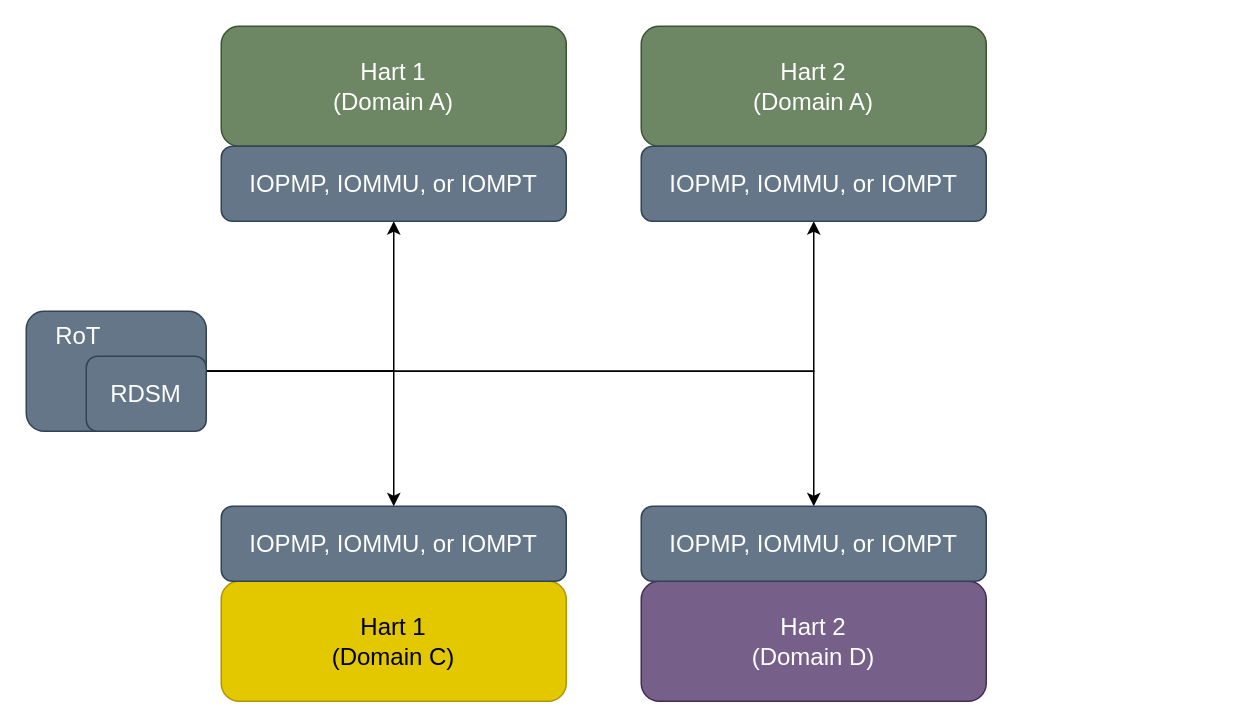
lfiolhais/riscv-security-model keeps this draw.io diagram as specification/images/img_ch4_DIsoSysLevel.drawio. Above is the earlier version. Source tidied: cells renumbered, new cells numbered last; positions are measured from the earlier drawing's top-left corner, leaving out a move shared by most shapes. Both pictures are drawn from the tidied source at 150%, with x=0, y=0 at pixel (26, 26).
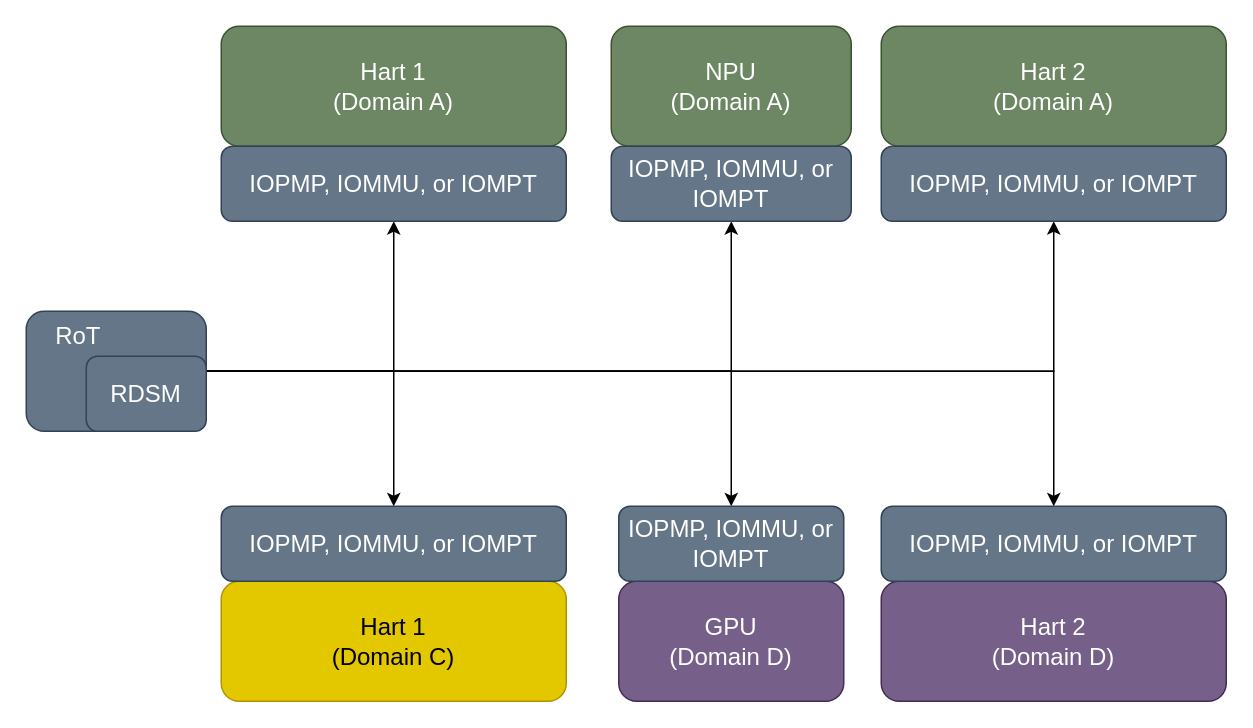
Above is the later version.

Commit message (it also covers changes not shown here):
Integrate Domain Isolation into GP TEE

Unchanged cells that the change refers to:
```xml
<mxCell id="7" value="&amp;nbsp; &amp;nbsp; RoT" style="rounded=1;whiteSpace=wrap;html=1;fontSize=16;fillColor=#647687;fontColor=#ffffff;strokeColor=#314354;align=left;verticalAlign=top;" parent="1" vertex="1">
  <mxGeometry y="190" width="120" height="80" as="geometry" />
</mxCell>
```

Change to the diagram source:
```diff
@@
     <mxCell id="2" value="Hart 2&lt;div&gt;(Domain A)&lt;/div&gt;" style="rounded=1;whiteSpace=wrap;html=1;fontSize=16;fillColor=#6d8764;fontColor=#ffffff;strokeColor=#3A5431;" parent="1" vertex="1">
-      <mxGeometry x="410" width="230" height="80" as="geometry" />
+      <mxGeometry x="570" width="230" height="80" as="geometry" />
     </mxCell>
@@
+    <mxCell id="16" style="edgeStyle=orthogonalEdgeStyle;rounded=0;jettySize=auto;html=1;exitX=1;exitY=0.5;exitDx=0;exitDy=0;entryX=0.5;entryY=0;entryDx=0;entryDy=0;" parent="1" edge="1" source="7" target="19">
+      <mxGeometry relative="1" as="geometry" />
+    </mxCell>
+    <mxCell id="17" style="edgeStyle=orthogonalEdgeStyle;rounded=0;jettySize=auto;html=1;exitX=1;exitY=0.5;exitDx=0;exitDy=0;entryX=0.5;entryY=1;entryDx=0;entryDy=0;" parent="1" edge="1" source="7" target="21">
+      <mxGeometry relative="1" as="geometry" />
+    </mxCell>
@@
     <mxCell id="10" value="IOPMP, IOMMU, or IOMPT" style="rounded=1;whiteSpace=wrap;html=1;fontSize=16;fillColor=#647687;fontColor=#ffffff;strokeColor=#314354;" parent="1" vertex="1">
-      <mxGeometry x="410" y="80" width="230" height="50" as="geometry" />
+      <mxGeometry x="570" y="80" width="230" height="50" as="geometry" />
     </mxCell>
     <mxCell id="11" value="Hart 2&lt;div&gt;(Domain D)&lt;/div&gt;" style="rounded=1;whiteSpace=wrap;html=1;fontSize=16;fillColor=#76608a;fontColor=#ffffff;strokeColor=#432D57;" parent="1" vertex="1">
-      <mxGeometry x="410" y="370" width="230" height="80" as="geometry" />
+      <mxGeometry x="570" y="370" width="230" height="80" as="geometry" />
     </mxCell>
@@
     <mxCell id="14" value="IOPMP, IOMMU, or IOMPT" style="rounded=1;whiteSpace=wrap;html=1;fontSize=16;fillColor=#647687;fontColor=#ffffff;strokeColor=#314354;" parent="1" vertex="1">
-      <mxGeometry x="410" y="320" width="230" height="50" as="geometry" />
+      <mxGeometry x="570" y="320" width="230" height="50" as="geometry" />
     </mxCell>
@@
+    <mxCell id="18" value="GPU&lt;br&gt;&lt;div&gt;(Domain D)&lt;/div&gt;" style="rounded=1;whiteSpace=wrap;html=1;fontSize=16;fillColor=#76608a;fontColor=#ffffff;strokeColor=#432D57;" parent="1" vertex="1">
+      <mxGeometry x="395" y="370" width="150" height="80" as="geometry" />
+    </mxCell>
+    <mxCell id="19" value="IOPMP, IOMMU, or IOMPT" style="rounded=1;whiteSpace=wrap;html=1;fontSize=16;fillColor=#647687;fontColor=#ffffff;strokeColor=#314354;" parent="1" vertex="1">
+      <mxGeometry x="395" y="320" width="150" height="50" as="geometry" />
+    </mxCell>
+    <mxCell id="20" value="NPU&lt;div&gt;(Domain A)&lt;/div&gt;" style="rounded=1;whiteSpace=wrap;html=1;fontSize=16;fillColor=#6d8764;fontColor=#ffffff;strokeColor=#3A5431;" parent="1" vertex="1">
+      <mxGeometry x="390" width="160" height="80" as="geometry" />
+    </mxCell>
+    <mxCell id="21" value="IOPMP, IOMMU, or IOMPT" style="rounded=1;whiteSpace=wrap;html=1;fontSize=16;fillColor=#647687;fontColor=#ffffff;strokeColor=#314354;" parent="1" vertex="1">
+      <mxGeometry x="390" y="80" width="160" height="50" as="geometry" />
+    </mxCell>
```
